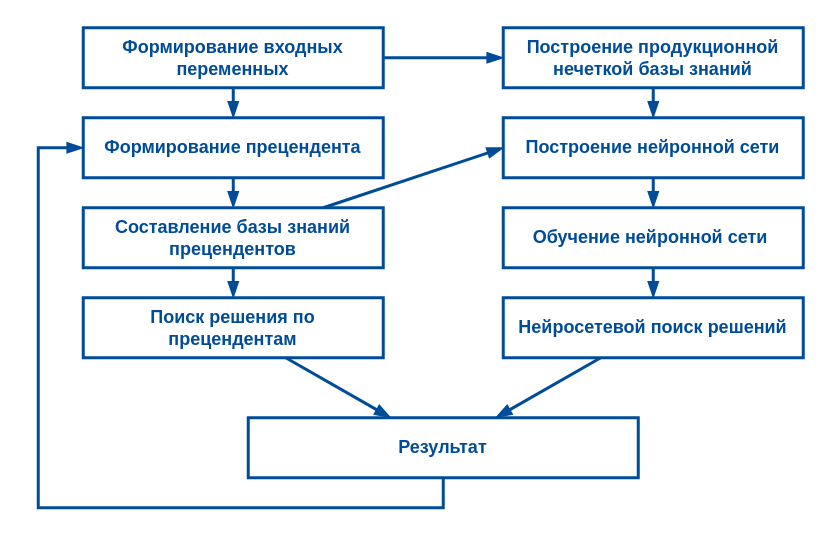
Before: page "Page-3" (3 of 14) of DISSER.drawio in almakonde/PhDReport, a draw.io diagram. Source tidied: cells renumbered, new cells numbered last; positions are measured from the earlier drawing's top-left corner, leaving out a move shared by most shapes. Both pictures are drawn from the tidied source at 150%, with x=0, y=0 at pixel (38, 27).
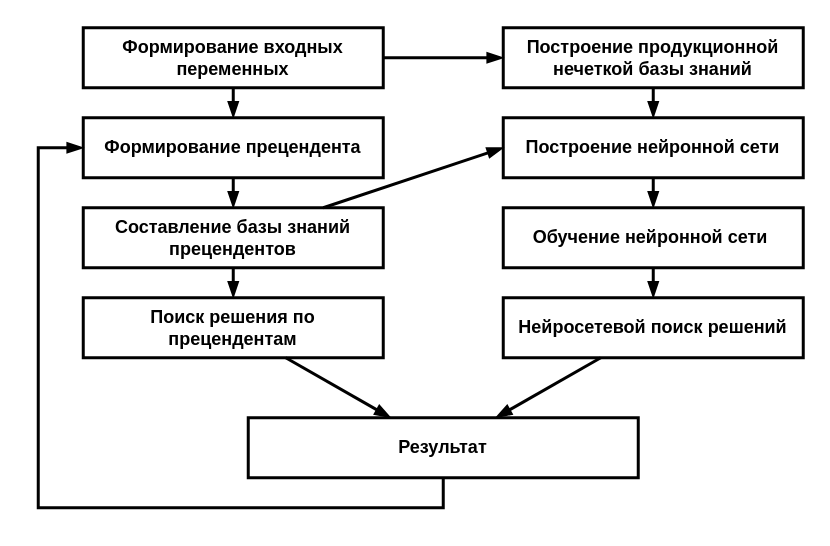
Above is the later version.

The edit, as a diff of the source:
```diff
@@
-    <mxCell id="2" style="edgeStyle=none;jettySize=auto;html=1;endArrow=blockThin;endFill=1;strokeColor=#004C99;strokeWidth=2;" parent="1" edge="1" source="4" target="6">
+    <mxCell id="2" style="edgeStyle=none;jettySize=auto;html=1;endArrow=blockThin;endFill=1;strokeColor=#000000;strokeWidth=2;" parent="1" edge="1" source="4" target="6">
       <mxGeometry relative="1" as="geometry" />
     </mxCell>
-    <mxCell id="3" style="edgeStyle=none;jettySize=auto;html=1;entryX=0;entryY=0.5;entryDx=0;entryDy=0;endArrow=blockThin;endFill=1;strokeColor=#004C99;strokeWidth=2;" parent="1" edge="1" source="4" target="15">
+    <mxCell id="3" style="edgeStyle=none;jettySize=auto;html=1;entryX=0;entryY=0.5;entryDx=0;entryDy=0;endArrow=blockThin;endFill=1;strokeColor=#000000;strokeWidth=2;" parent="1" edge="1" source="4" target="15">
       <mxGeometry relative="1" as="geometry" />
     </mxCell>
-    <mxCell id="4" value="&lt;font color=&quot;#004c99&quot;&gt;&lt;b&gt;Формирование входных переменных&lt;/b&gt;&lt;/font&gt;" style="rounded=0;whiteSpace=wrap;html=1;strokeColor=#004C99;strokeWidth=2;fillColor=none;" parent="1" vertex="1">
+    <mxCell id="4" value="&lt;b&gt;Формирование входных переменных&lt;/b&gt;" style="rounded=0;whiteSpace=wrap;html=1;strokeColor=#000000;strokeWidth=2;fillColor=none;" parent="1" vertex="1">
       <mxGeometry x="30" width="200" height="40" as="geometry" />
     </mxCell>
-    <mxCell id="5" style="edgeStyle=none;jettySize=auto;html=1;endArrow=blockThin;endFill=1;strokeColor=#004C99;strokeWidth=2;" parent="1" edge="1" source="6" target="9">
+    <mxCell id="5" style="edgeStyle=none;jettySize=auto;html=1;endArrow=blockThin;endFill=1;strokeColor=#000000;strokeWidth=2;" parent="1" edge="1" source="6" target="9">
       <mxGeometry relative="1" as="geometry" />
     </mxCell>
-    <mxCell id="6" value="&lt;font color=&quot;#004c99&quot;&gt;&lt;b&gt;Формирование прецендента&lt;/b&gt;&lt;/font&gt;" style="rounded=0;whiteSpace=wrap;html=1;strokeColor=#004C99;strokeWidth=2;fillColor=none;" parent="1" vertex="1">
+    <mxCell id="6" value="&lt;b&gt;Формирование прецендента&lt;/b&gt;" style="rounded=0;whiteSpace=wrap;html=1;strokeColor=#000000;strokeWidth=2;fillColor=none;" parent="1" vertex="1">
       <mxGeometry x="30" y="60" width="200" height="40" as="geometry" />
     </mxCell>
-    <mxCell id="7" style="edgeStyle=none;jettySize=auto;html=1;endArrow=blockThin;endFill=1;strokeColor=#004C99;strokeWidth=2;" parent="1" edge="1" source="9" target="11">
+    <mxCell id="7" style="edgeStyle=none;jettySize=auto;html=1;endArrow=blockThin;endFill=1;strokeColor=#000000;strokeWidth=2;" parent="1" edge="1" source="9" target="11">
       <mxGeometry relative="1" as="geometry" />
     </mxCell>
-    <mxCell id="8" style="edgeStyle=none;jettySize=auto;html=1;entryX=0;entryY=0.5;entryDx=0;entryDy=0;endArrow=blockThin;endFill=1;strokeColor=#004C99;strokeWidth=2;" parent="1" edge="1" source="9" target="17">
+    <mxCell id="8" style="edgeStyle=none;jettySize=auto;html=1;entryX=0;entryY=0.5;entryDx=0;entryDy=0;endArrow=blockThin;endFill=1;strokeColor=#000000;strokeWidth=2;" parent="1" edge="1" source="9" target="17">
       <mxGeometry relative="1" as="geometry" />
     </mxCell>
-    <mxCell id="9" value="&lt;font color=&quot;#004c99&quot;&gt;&lt;b&gt;Составление базы знаний прецендентов&lt;/b&gt;&lt;/font&gt;" style="rounded=0;whiteSpace=wrap;html=1;strokeColor=#004C99;strokeWidth=2;fillColor=none;" parent="1" vertex="1">
+    <mxCell id="9" value="&lt;b&gt;Составление базы знаний прецендентов&lt;/b&gt;" style="rounded=0;whiteSpace=wrap;html=1;strokeColor=#000000;strokeWidth=2;fillColor=none;" parent="1" vertex="1">
       <mxGeometry x="30" y="120" width="200" height="40" as="geometry" />
     </mxCell>
-    <mxCell id="10" style="edgeStyle=none;jettySize=auto;html=1;endArrow=blockThin;endFill=1;strokeColor=#004C99;strokeWidth=2;" parent="1" edge="1" source="11" target="13">
+    <mxCell id="10" style="edgeStyle=none;jettySize=auto;html=1;endArrow=blockThin;endFill=1;strokeColor=#000000;strokeWidth=2;" parent="1" edge="1" source="11" target="13">
       <mxGeometry relative="1" as="geometry" />
     </mxCell>
-    <mxCell id="11" value="&lt;font color=&quot;#004c99&quot;&gt;&lt;b&gt;Поиск решения по прецендентам&lt;/b&gt;&lt;/font&gt;" style="rounded=0;whiteSpace=wrap;html=1;strokeColor=#004C99;strokeWidth=2;fillColor=none;" parent="1" vertex="1">
+    <mxCell id="11" value="&lt;b&gt;Поиск решения по прецендентам&lt;/b&gt;" style="rounded=0;whiteSpace=wrap;html=1;strokeColor=#000000;strokeWidth=2;fillColor=none;" parent="1" vertex="1">
       <mxGeometry x="30" y="180" width="200" height="40" as="geometry" />
     </mxCell>
-    <mxCell id="12" style="edgeStyle=none;jettySize=auto;html=1;entryX=0;entryY=0.5;entryDx=0;entryDy=0;endArrow=blockThin;endFill=1;strokeColor=#004C99;strokeWidth=2;rounded=0;" parent="1" edge="1" source="13" target="6">
+    <mxCell id="12" style="edgeStyle=none;jettySize=auto;html=1;entryX=0;entryY=0.5;entryDx=0;entryDy=0;endArrow=blockThin;endFill=1;strokeColor=#000000;strokeWidth=2;rounded=0;" parent="1" edge="1" source="13" target="6">
       <mxGeometry relative="1" as="geometry">
         <Array as="points">
           <mxPoint x="270" y="320" />
           <mxPoint x="110" y="320" />
           <mxPoint y="320" />
           <mxPoint y="80" />
         </Array>
       </mxGeometry>
     </mxCell>
-    <mxCell id="13" value="&lt;font color=&quot;#004c99&quot;&gt;&lt;b&gt;Результат&lt;/b&gt;&lt;/font&gt;" style="rounded=0;whiteSpace=wrap;html=1;strokeColor=#004C99;strokeWidth=2;fillColor=none;" parent="1" vertex="1">
+    <mxCell id="13" value="&lt;b&gt;Результат&lt;/b&gt;" style="rounded=0;whiteSpace=wrap;html=1;strokeColor=#000000;strokeWidth=2;fillColor=none;" parent="1" vertex="1">
       <mxGeometry x="140" y="260" width="260" height="40" as="geometry" />
     </mxCell>
-    <mxCell id="14" style="edgeStyle=none;jettySize=auto;html=1;endArrow=blockThin;endFill=1;strokeColor=#004C99;strokeWidth=2;" parent="1" edge="1" source="15" target="17">
+    <mxCell id="14" style="edgeStyle=none;jettySize=auto;html=1;endArrow=blockThin;endFill=1;strokeColor=#000000;strokeWidth=2;" parent="1" edge="1" source="15" target="17">
       <mxGeometry relative="1" as="geometry" />
     </mxCell>
-    <mxCell id="15" value="&lt;font color=&quot;#004c99&quot;&gt;&lt;b&gt;Построение продукционной нечеткой базы знаний&lt;/b&gt;&lt;/font&gt;" style="rounded=0;whiteSpace=wrap;html=1;strokeColor=#004C99;strokeWidth=2;fillColor=none;" parent="1" vertex="1">
+    <mxCell id="15" value="&lt;b&gt;Построение продукционной нечеткой базы знаний&lt;/b&gt;" style="rounded=0;whiteSpace=wrap;html=1;strokeColor=#000000;strokeWidth=2;fillColor=none;" parent="1" vertex="1">
       <mxGeometry x="310" width="200" height="40" as="geometry" />
     </mxCell>
-    <mxCell id="16" style="edgeStyle=none;jettySize=auto;html=1;endArrow=blockThin;endFill=1;strokeColor=#004C99;strokeWidth=2;" parent="1" edge="1" source="17" target="19">
+    <mxCell id="16" style="edgeStyle=none;jettySize=auto;html=1;endArrow=blockThin;endFill=1;strokeColor=#000000;strokeWidth=2;" parent="1" edge="1" source="17" target="19">
       <mxGeometry relative="1" as="geometry" />
     </mxCell>
-    <mxCell id="17" value="&lt;font color=&quot;#004c99&quot;&gt;&lt;b&gt;Построение нейронной сети&lt;/b&gt;&lt;/font&gt;" style="rounded=0;whiteSpace=wrap;html=1;strokeColor=#004C99;strokeWidth=2;fillColor=none;" parent="1" vertex="1">
+    <mxCell id="17" value="&lt;b&gt;Построение нейронной сети&lt;/b&gt;" style="rounded=0;whiteSpace=wrap;html=1;strokeColor=#000000;strokeWidth=2;fillColor=none;" parent="1" vertex="1">
       <mxGeometry x="310" y="60" width="200" height="40" as="geometry" />
     </mxCell>
-    <mxCell id="18" style="edgeStyle=none;jettySize=auto;html=1;endArrow=blockThin;endFill=1;strokeColor=#004C99;strokeWidth=2;" parent="1" edge="1" source="19" target="21">
+    <mxCell id="18" style="edgeStyle=none;jettySize=auto;html=1;endArrow=blockThin;endFill=1;strokeColor=#000000;strokeWidth=2;" parent="1" edge="1" source="19" target="21">
       <mxGeometry relative="1" as="geometry" />
     </mxCell>
-    <mxCell id="19" value="&lt;font color=&quot;#004c99&quot;&gt;&lt;b&gt;Обучение нейронной сети&amp;nbsp;&lt;/b&gt;&lt;/font&gt;" style="rounded=0;whiteSpace=wrap;html=1;strokeColor=#004C99;strokeWidth=2;fillColor=none;" parent="1" vertex="1">
+    <mxCell id="19" value="&lt;b&gt;Обучение нейронной сети&amp;nbsp;&lt;/b&gt;" style="rounded=0;whiteSpace=wrap;html=1;strokeColor=#000000;strokeWidth=2;fillColor=none;" parent="1" vertex="1">
       <mxGeometry x="310" y="120" width="200" height="40" as="geometry" />
     </mxCell>
-    <mxCell id="20" style="edgeStyle=none;jettySize=auto;html=1;endArrow=blockThin;endFill=1;strokeColor=#004C99;strokeWidth=2;" parent="1" edge="1" source="21" target="13">
+    <mxCell id="20" style="edgeStyle=none;jettySize=auto;html=1;endArrow=blockThin;endFill=1;strokeColor=#000000;strokeWidth=2;" parent="1" edge="1" source="21" target="13">
       <mxGeometry relative="1" as="geometry" />
     </mxCell>
-    <mxCell id="21" value="&lt;font color=&quot;#004c99&quot;&gt;&lt;b&gt;Нейросетевой поиск решений&lt;/b&gt;&lt;/font&gt;" style="rounded=0;whiteSpace=wrap;html=1;strokeColor=#004C99;strokeWidth=2;fillColor=none;" parent="1" vertex="1">
+    <mxCell id="21" value="&lt;b&gt;Нейросетевой поиск решений&lt;/b&gt;" style="rounded=0;whiteSpace=wrap;html=1;strokeColor=#000000;strokeWidth=2;fillColor=none;" parent="1" vertex="1">
       <mxGeometry x="310" y="180" width="200" height="40" as="geometry" />
     </mxCell>
```
